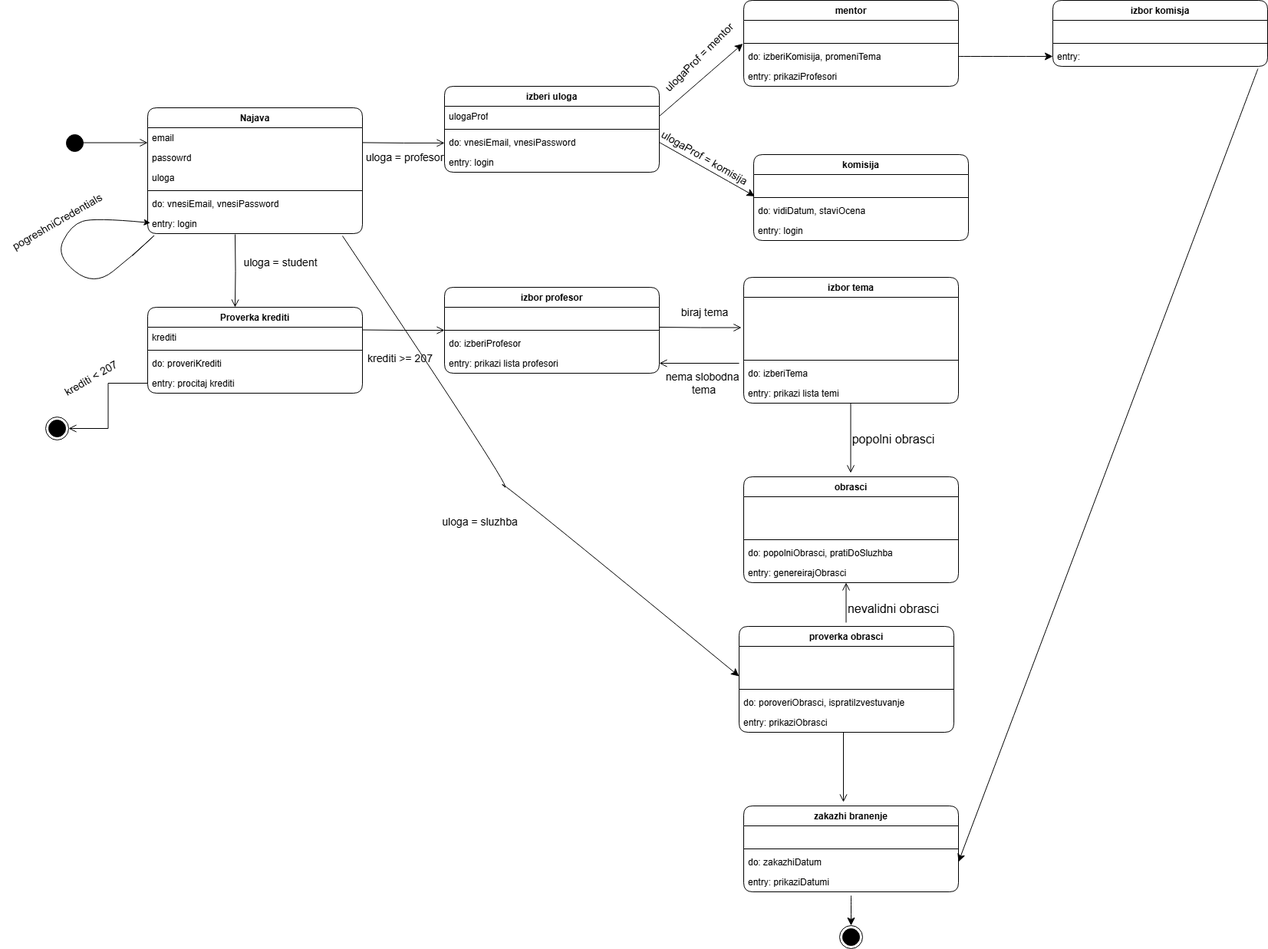
BorjanCFC/ADIS keeps this draw.io diagram as stateDiagram.png. Above is the earlier version. Source tidied: cells renumbered, new cells last; positions are measured from the earlier drawing's top-left corner, leaving out a move shared by most shapes.
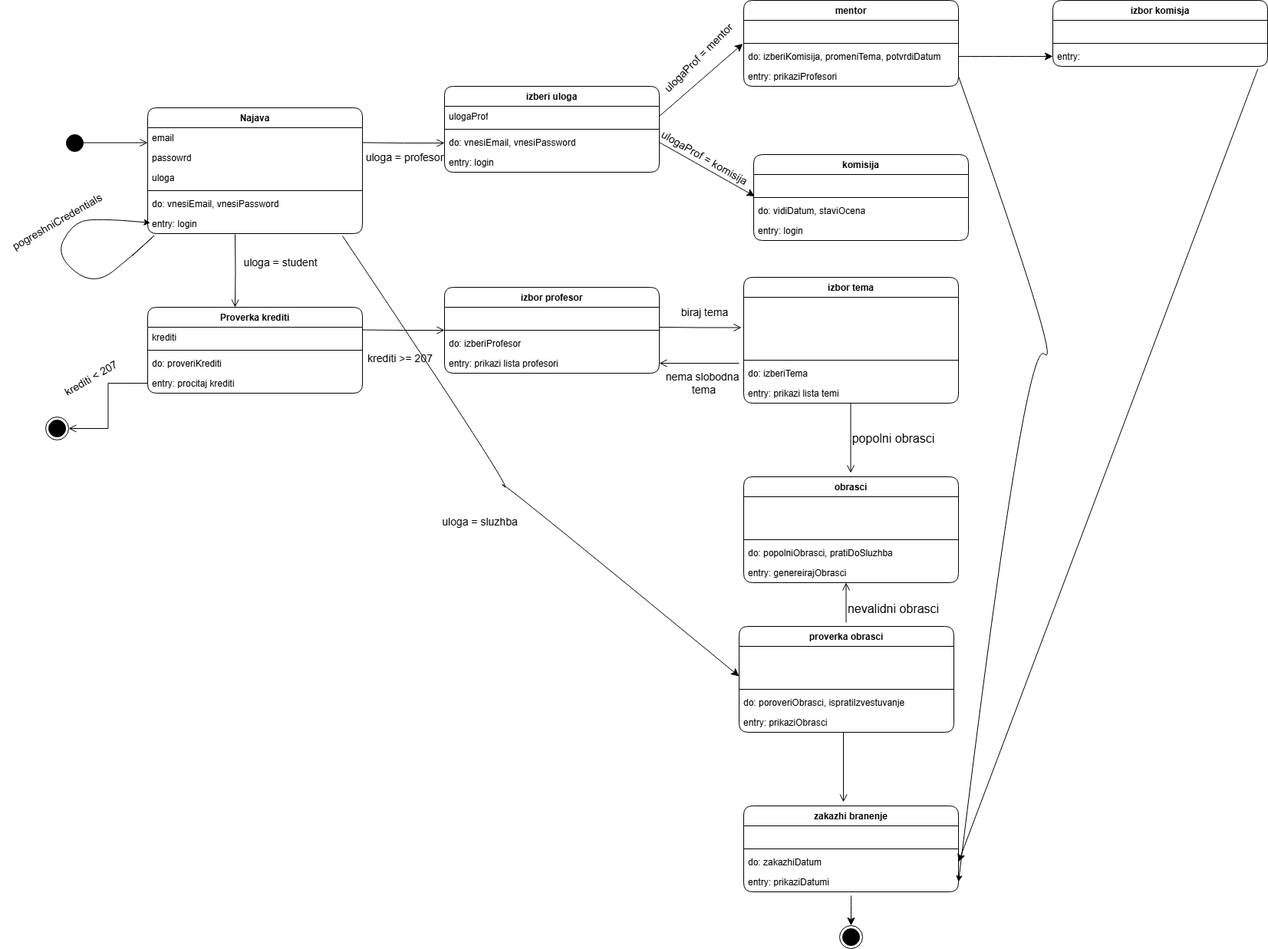
After the change.

Diff of the diagram source:
```diff
@@ -257,7 +257,7 @@
     <mxCell id="73" style="line;strokeWidth=1;fillColor=none;align=left;verticalAlign=middle;spacingTop=-1;spacingLeft=3;spacingRight=3;labelPosition=right;labelBackgroundColor=none;" parent="71" vertex="1">
       <mxGeometry y="52" width="280" height="8" as="geometry" />
     </mxCell>
-    <mxCell id="74" value="do: izberiKomisija, promeniTema" style="text;strokeColor=none;fillColor=none;align=left;verticalAlign=top;spacingLeft=4;spacingRight=4;overflow=hidden;points=[[0,0.5],[1,0.5]];portConstraint=eastwest;whiteSpace=wrap;html=1;labelBackgroundColor=none;" parent="71" vertex="1">
+    <mxCell id="74" value="do: izberiKomisija, promeniTema, potvrdiDatum" style="text;strokeColor=none;fillColor=none;align=left;verticalAlign=top;spacingLeft=4;spacingRight=4;overflow=hidden;points=[[0,0.5],[1,0.5]];portConstraint=eastwest;whiteSpace=wrap;html=1;labelBackgroundColor=none;" parent="71" vertex="1">
       <mxGeometry y="60" width="280" height="26" as="geometry" />
     </mxCell>
     <mxCell id="75" value="&lt;div&gt;entry: prikaziProfesori&lt;/div&gt;" style="text;strokeColor=none;fillColor=none;align=left;verticalAlign=top;spacingLeft=4;spacingRight=4;overflow=hidden;points=[[0,0.5],[1,0.5]];portConstraint=eastwest;whiteSpace=wrap;html=1;labelBackgroundColor=none;" parent="71" vertex="1">
@@ -324,5 +324,13 @@
     <mxCell id="93" style="edgeStyle=none;curved=1;rounded=0;jettySize=auto;html=1;exitX=0.955;exitY=1.117;exitDx=0;exitDy=0;entryX=1;entryY=0.5;entryDx=0;entryDy=0;fontSize=12;startSize=8;endSize=8;exitPerimeter=0;" parent="1" edge="1" source="91" target="83">
       <mxGeometry relative="1" as="geometry" />
     </mxCell>
+    <mxCell id="94" style="curved=1;endArrow=classic;html=1;rounded=0;exitX=1;exitY=0.5;exitDx=0;exitDy=0;entryX=1;entryY=0.5;entryDx=0;entryDy=0;" parent="1" edge="1" source="75" target="84">
+      <mxGeometry relative="1" as="geometry">
+        <Array as="points">
+          <mxPoint x="1390" y="486" />
+          <mxPoint x="1340" y="436" />
+        </Array>
+      </mxGeometry>
+    </mxCell>
   </root>
 </mxGraphModel>
```
